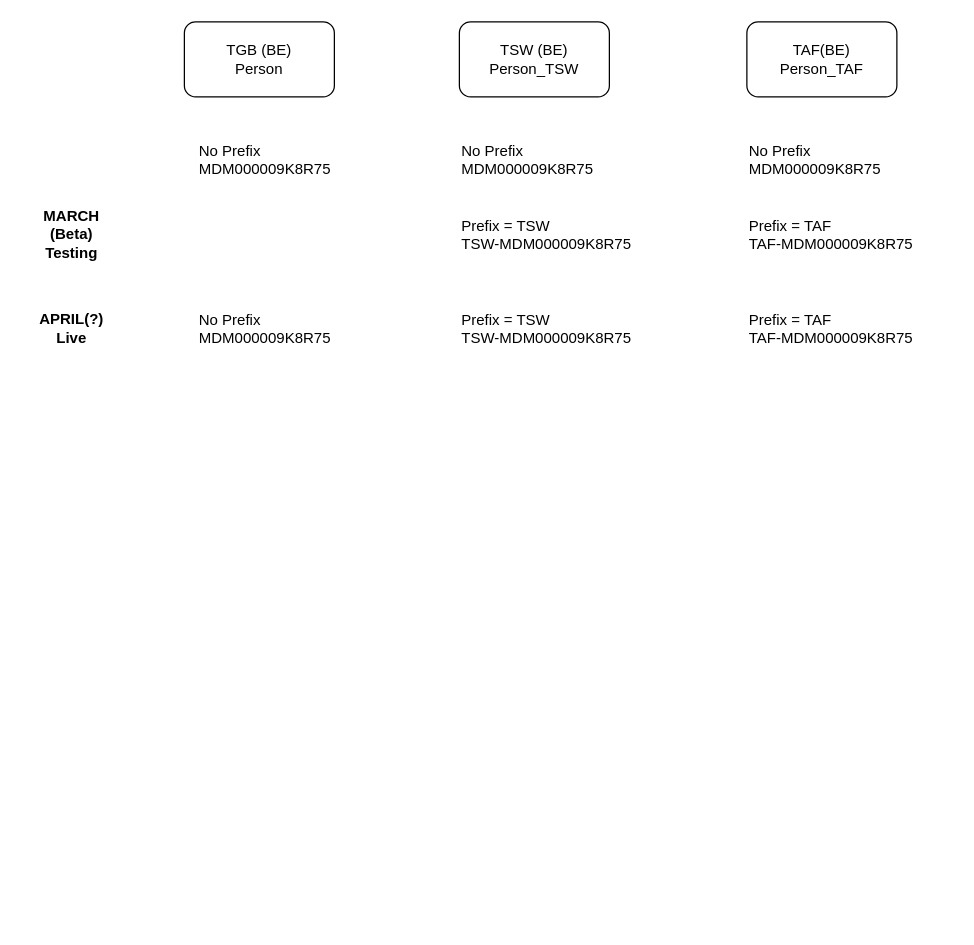
Before: page "Page-37" (37 of 37) of TME.drawio in biswarup81/drawings, a draw.io diagram. Source tidied: cells renumbered, new cells numbered last; positions are measured from the earlier drawing's top-left corner, leaving out a move shared by most shapes. Both pictures are drawn from the tidied source at 125%, with x=0, y=0 at pixel (34, 21).
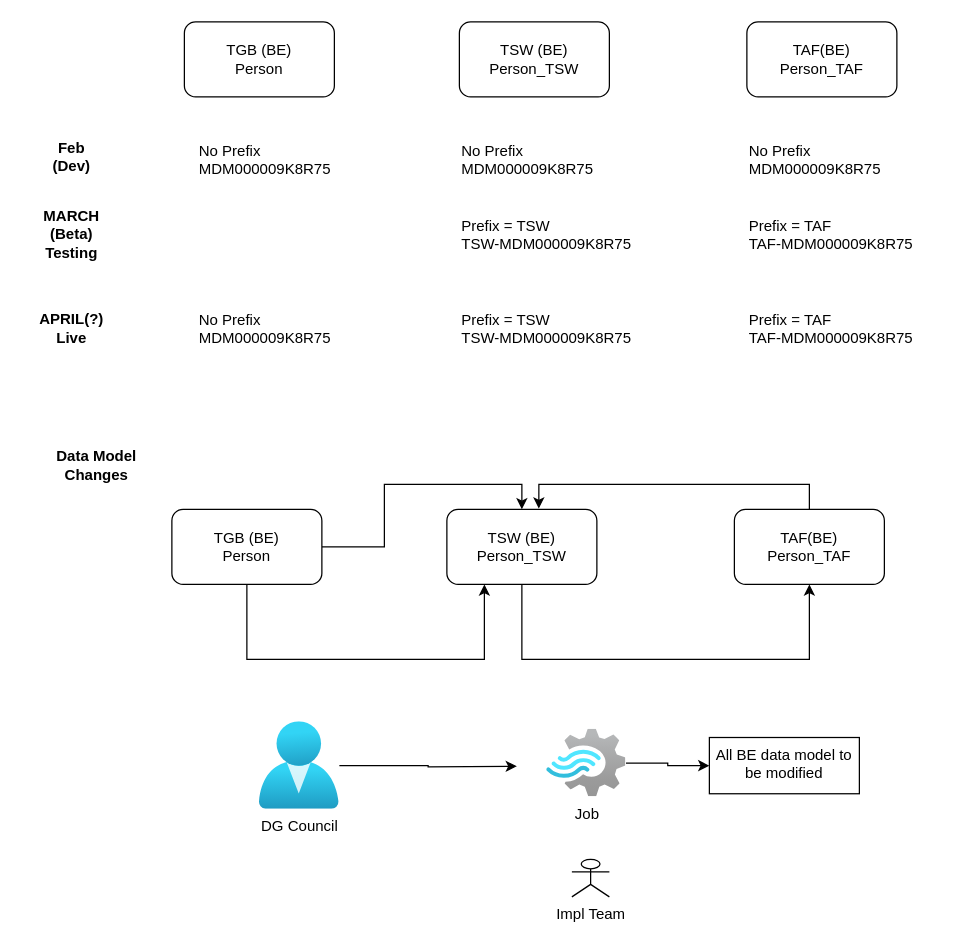
Above is the later version.

Diff of the diagram source:
```diff
@@
+    <mxCell id="15" value="Feb&lt;br&gt;(Dev)" style="text;html=1;strokeColor=none;fillColor=none;align=center;verticalAlign=middle;whiteSpace=wrap;rounded=0;fontStyle=1;" parent="1" vertex="1">
+      <mxGeometry y="90" width="60" height="35" as="geometry" />
+    </mxCell>
+    <mxCell id="16" style="edgeStyle=orthogonalEdgeStyle;rounded=0;jettySize=auto;html=1;entryX=0.5;entryY=0;entryDx=0;entryDy=0;" parent="1" edge="1" source="18" target="20">
+      <mxGeometry relative="1" as="geometry" />
+    </mxCell>
+    <mxCell id="17" style="edgeStyle=orthogonalEdgeStyle;rounded=0;jettySize=auto;html=1;" parent="1" edge="1" source="18" target="20">
+      <mxGeometry relative="1" as="geometry">
+        <Array as="points">
+          <mxPoint x="170" y="510" />
+          <mxPoint x="360" y="510" />
+        </Array>
+      </mxGeometry>
+    </mxCell>
+    <mxCell id="18" value="TGB (BE)&lt;br&gt;Person" style="rounded=1;whiteSpace=wrap;html=1;" parent="1" vertex="1">
+      <mxGeometry x="110" y="390" width="120" height="60" as="geometry" />
+    </mxCell>
+    <mxCell id="19" style="edgeStyle=orthogonalEdgeStyle;rounded=0;jettySize=auto;html=1;entryX=0.5;entryY=1;entryDx=0;entryDy=0;" parent="1" edge="1" source="20" target="21">
+      <mxGeometry relative="1" as="geometry">
+        <Array as="points">
+          <mxPoint x="390" y="510" />
+          <mxPoint x="620" y="510" />
+        </Array>
+      </mxGeometry>
+    </mxCell>
+    <mxCell id="20" value="TSW (BE)&lt;br&gt;Person_TSW" style="rounded=1;whiteSpace=wrap;html=1;" parent="1" vertex="1">
+      <mxGeometry x="330" y="390" width="120" height="60" as="geometry" />
+    </mxCell>
+    <mxCell id="21" value="TAF(BE)&lt;br&gt;Person_TAF" style="rounded=1;whiteSpace=wrap;html=1;" parent="1" vertex="1">
+      <mxGeometry x="560" y="390" width="120" height="60" as="geometry" />
+    </mxCell>
+    <mxCell id="22" style="edgeStyle=orthogonalEdgeStyle;rounded=0;jettySize=auto;html=1;entryX=0.613;entryY=-0.01;entryDx=0;entryDy=0;entryPerimeter=0;" parent="1" edge="1" source="21" target="20">
+      <mxGeometry relative="1" as="geometry">
+        <Array as="points">
+          <mxPoint x="620" y="370" />
+          <mxPoint x="404" y="370" />
+        </Array>
+      </mxGeometry>
+    </mxCell>
+    <mxCell id="23" value="Data Model Changes" style="text;html=1;strokeColor=none;fillColor=none;align=center;verticalAlign=middle;whiteSpace=wrap;rounded=0;fontStyle=1;" parent="1" vertex="1">
+      <mxGeometry x="-10" y="340" width="120" height="30" as="geometry" />
+    </mxCell>
+    <mxCell id="24" style="edgeStyle=orthogonalEdgeStyle;rounded=0;jettySize=auto;html=1;" parent="1" edge="1" source="25">
+      <mxGeometry relative="1" as="geometry">
+        <mxPoint x="386" y="595.5" as="targetPoint" />
+      </mxGeometry>
+    </mxCell>
+    <mxCell id="25" value="DG Council" style="image;html=1;points=[];align=center;fontSize=12;image=img/lib/azure2/identity/Users.svg;" parent="1" vertex="1">
+      <mxGeometry x="180" y="560" width="64" height="70" as="geometry" />
+    </mxCell>
+    <mxCell id="26" style="edgeStyle=orthogonalEdgeStyle;rounded=0;jettySize=auto;html=1;" parent="1" edge="1" source="27" target="28">
+      <mxGeometry relative="1" as="geometry" />
+    </mxCell>
+    <mxCell id="27" value="Job" style="image;html=1;points=[];align=center;fontSize=12;image=img/lib/azure2/iot/Stream_Analytics_Jobs.svg;" parent="1" vertex="1">
+      <mxGeometry x="410" y="566" width="63.3" height="54" as="geometry" />
+    </mxCell>
+    <mxCell id="28" value="All BE data model to be modified" style="whiteSpace=wrap;html=1;verticalAlign=top;labelBackgroundColor=default;" parent="1" vertex="1">
+      <mxGeometry x="540" y="572.5" width="120" height="45" as="geometry" />
+    </mxCell>
+    <mxCell id="29" value="Impl Team" style="shape=umlActor;verticalLabelPosition=bottom;verticalAlign=top;html=1;" parent="1" vertex="1">
+      <mxGeometry x="430" y="670" width="30" height="30" as="geometry" />
+    </mxCell>
```
